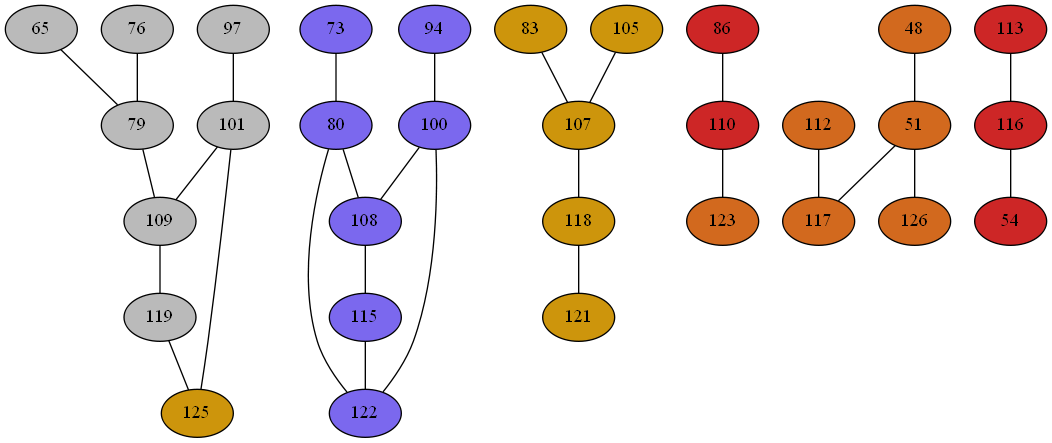
mbajaj92/Project-Astoria keeps this Graphviz diagram as Compiler/24phiGraph.png. Above is the earlier version. Its source is kept beside it as Compiler/24phiGraph.dot. Its diagram source:
```dot
strict graph {
65[label="65" style=filled fillcolor="gray73"];
65 -- 79
73[label="73" style=filled fillcolor="mediumslateblue"];
73 -- 80
76[label="76" style=filled fillcolor="gray73"];
76 -- 79
79[label="79" style=filled fillcolor="gray73"];
79 -- 65
79 -- 76
79 -- 109
80[label="80" style=filled fillcolor="mediumslateblue"];
80 -- 73
80 -- 122
80 -- 108
83[label="83" style=filled fillcolor="darkgoldenrod3"];
83 -- 107
86[label="86" style=filled fillcolor="firebrick3"];
86 -- 110
94[label="94" style=filled fillcolor="mediumslateblue"];
94 -- 100
97[label="97" style=filled fillcolor="gray73"];
97 -- 101
100[label="100" style=filled fillcolor="mediumslateblue"];
100 -- 122
100 -- 108
100 -- 94
101[label="101" style=filled fillcolor="gray73"];
101 -- 97
101 -- 109
101 -- 125
105[label="105" style=filled fillcolor="darkgoldenrod3"];
105 -- 107
107[label="107" style=filled fillcolor="darkgoldenrod3"];
107 -- 83
107 -- 118
107 -- 105
108[label="108" style=filled fillcolor="mediumslateblue"];
108 -- 80
108 -- 115
108 -- 100
109[label="109" style=filled fillcolor="gray73"];
109 -- 101
109 -- 119
109 -- 79
110[label="110" style=filled fillcolor="firebrick3"];
110 -- 86
110 -- 123
112[label="112" style=filled fillcolor="chocolate"];
112 -- 117
48[label="48" style=filled fillcolor="chocolate"];
48 -- 51
113[label="113" style=filled fillcolor="firebrick3"];
113 -- 116
115[label="115" style=filled fillcolor="mediumslateblue"];
115 -- 122
115 -- 108
51[label="51" style=filled fillcolor="chocolate"];
51 -- 48
51 -- 117
51 -- 126
116[label="116" style=filled fillcolor="firebrick3"];
116 -- 113
116 -- 54
117[label="117" style=filled fillcolor="chocolate"];
117 -- 112
117 -- 51
54[label="54" style=filled fillcolor="firebrick3"];
54 -- 116
118[label="118" style=filled fillcolor="darkgoldenrod3"];
118 -- 121
118 -- 107
119[label="119" style=filled fillcolor="gray73"];
119 -- 125
119 -- 109
121[label="121" style=filled fillcolor="darkgoldenrod3"];
121 -- 118
122[label="122" style=filled fillcolor="mediumslateblue"];
122 -- 80
122 -- 115
122 -- 100
123[label="123" style=filled fillcolor="chocolate"];
123 -- 110
125[label="125" style=filled fillcolor="darkgoldenrod3"];
125 -- 101
125 -- 119
126[label="126" style=filled fillcolor="chocolate"];
126 -- 51
}
```
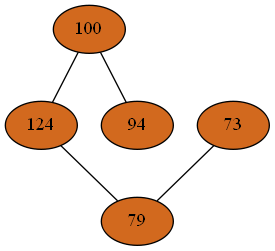
After the change.

Diff of the diagram source:
```diff
@@ -1,89 +1,15 @@
 strict graph {
-65[label="65" style=filled fillcolor="gray73"];
-65 -- 79
-73[label="73" style=filled fillcolor="mediumslateblue"];
-73 -- 80
-76[label="76" style=filled fillcolor="gray73"];
-76 -- 79
-79[label="79" style=filled fillcolor="gray73"];
-79 -- 65
-79 -- 76
-79 -- 109
-80[label="80" style=filled fillcolor="mediumslateblue"];
-80 -- 73
-80 -- 122
-80 -- 108
-83[label="83" style=filled fillcolor="darkgoldenrod3"];
-83 -- 107
-86[label="86" style=filled fillcolor="firebrick3"];
-86 -- 110
-94[label="94" style=filled fillcolor="mediumslateblue"];
+100[label="100" style=filled fillcolor="chocolate"];
+100 -- 124
+100 -- 94
+73[label="73" style=filled fillcolor="chocolate"];
+73 -- 79
+124[label="124" style=filled fillcolor="chocolate"];
+124 -- 100
+124 -- 79
+94[label="94" style=filled fillcolor="chocolate"];
 94 -- 100
-97[label="97" style=filled fillcolor="gray73"];
-97 -- 101
-100[label="100" style=filled fillcolor="mediumslateblue"];
-100 -- 122
-100 -- 108
-100 -- 94
-101[label="101" style=filled fillcolor="gray73"];
-101 -- 97
-101 -- 109
-101 -- 125
-105[label="105" style=filled fillcolor="darkgoldenrod3"];
-105 -- 107
-107[label="107" style=filled fillcolor="darkgoldenrod3"];
-107 -- 83
-107 -- 118
-107 -- 105
-108[label="108" style=filled fillcolor="mediumslateblue"];
-108 -- 80
-108 -- 115
-108 -- 100
-109[label="109" style=filled fillcolor="gray73"];
-109 -- 101
-109 -- 119
-109 -- 79
-110[label="110" style=filled fillcolor="firebrick3"];
-110 -- 86
-110 -- 123
-112[label="112" style=filled fillcolor="chocolate"];
-112 -- 117
-48[label="48" style=filled fillcolor="chocolate"];
-48 -- 51
-113[label="113" style=filled fillcolor="firebrick3"];
-113 -- 116
-115[label="115" style=filled fillcolor="mediumslateblue"];
-115 -- 122
-115 -- 108
-51[label="51" style=filled fillcolor="chocolate"];
-51 -- 48
-51 -- 117
-51 -- 126
-116[label="116" style=filled fillcolor="firebrick3"];
-116 -- 113
-116 -- 54
-117[label="117" style=filled fillcolor="chocolate"];
-117 -- 112
-117 -- 51
-54[label="54" style=filled fillcolor="firebrick3"];
-54 -- 116
-118[label="118" style=filled fillcolor="darkgoldenrod3"];
-118 -- 121
-118 -- 107
-119[label="119" style=filled fillcolor="gray73"];
-119 -- 125
-119 -- 109
-121[label="121" style=filled fillcolor="darkgoldenrod3"];
-121 -- 118
-122[label="122" style=filled fillcolor="mediumslateblue"];
-122 -- 80
-122 -- 115
-122 -- 100
-123[label="123" style=filled fillcolor="chocolate"];
-123 -- 110
-125[label="125" style=filled fillcolor="darkgoldenrod3"];
-125 -- 101
-125 -- 119
-126[label="126" style=filled fillcolor="chocolate"];
-126 -- 51
+79[label="79" style=filled fillcolor="chocolate"];
+79 -- 73
+79 -- 124
 }
```
